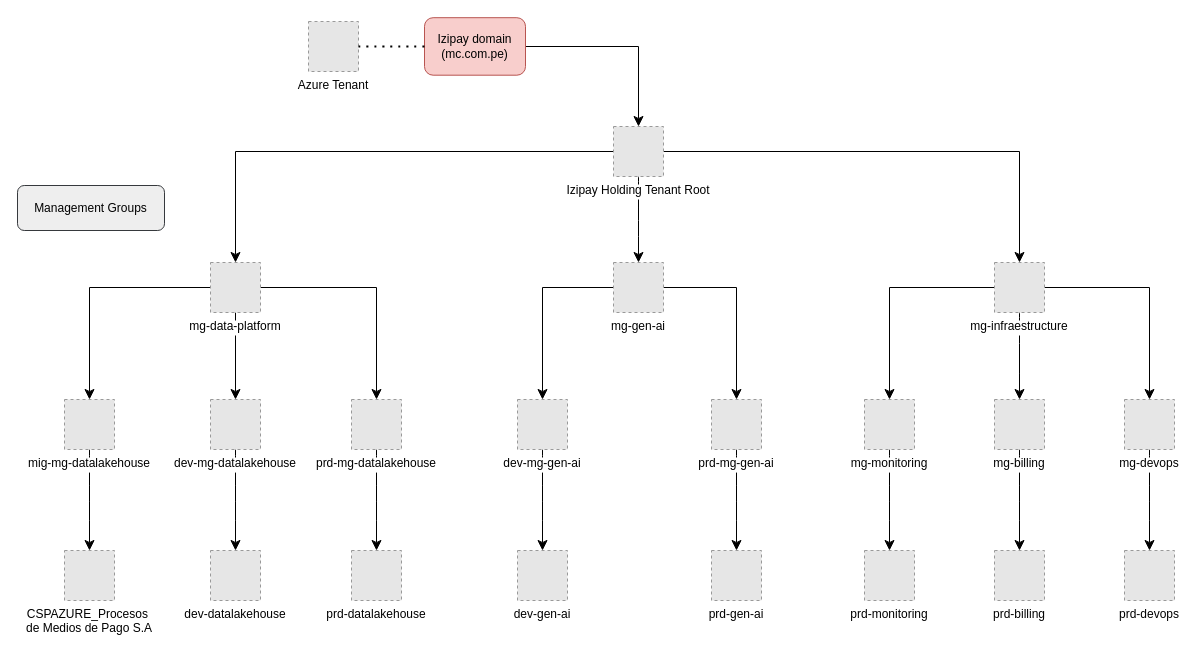
jcdiazz/Diagramas keeps this draw.io diagram as page "Azure Data" (1 of 5) of Arquitectura Azure.drawio. Above is the earlier version. Source tidied: cells renumbered, new cells numbered last; positions are measured from the earlier drawing's top-left corner, leaving out a move shared by most shapes. Both pictures are drawn from the tidied source at 100%, with x=0, y=0 at pixel (17, 17). Pictures stored in the file or linked from it are replaced by grey dashed boxes.
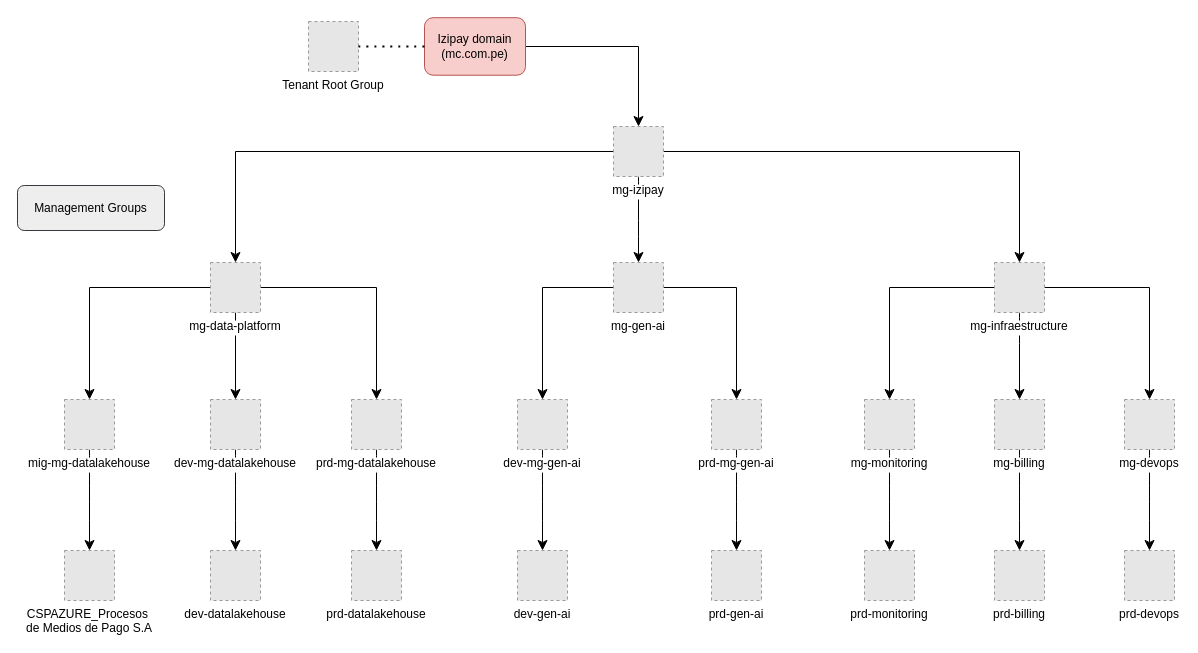
The same page after the edit.

Diff of the diagram source:
```diff
@@
-    <mxCell id="2" value="Azure Tenant" style="fillColor=#E6E6E6;strokeColor=#999999;dashed=1;verticalLabelPosition=bottom;labelBackgroundColor=default;verticalAlign=top;" parent="1" vertex="1">
+    <mxCell id="2" value="Tenant Root Group" style="fillColor=#E6E6E6;strokeColor=#999999;dashed=1;verticalLabelPosition=bottom;labelBackgroundColor=default;verticalAlign=top;" parent="1" vertex="1">
       <mxGeometry x="291" y="4" width="50" height="50" as="geometry" />
     </mxCell>
@@
-    <mxCell id="9" value="Izipay Holding Tenant Root" style="fillColor=#E6E6E6;strokeColor=#999999;dashed=1;verticalLabelPosition=bottom;labelBackgroundColor=default;verticalAlign=top;rotation=0;" parent="1" vertex="1">
+    <mxCell id="9" value="mg-izipay" style="fillColor=#E6E6E6;strokeColor=#999999;dashed=1;verticalLabelPosition=bottom;labelBackgroundColor=default;verticalAlign=top;rotation=0;" parent="1" vertex="1">
       <mxGeometry x="596" y="109" width="50" height="50" as="geometry" />
     </mxCell>
```
